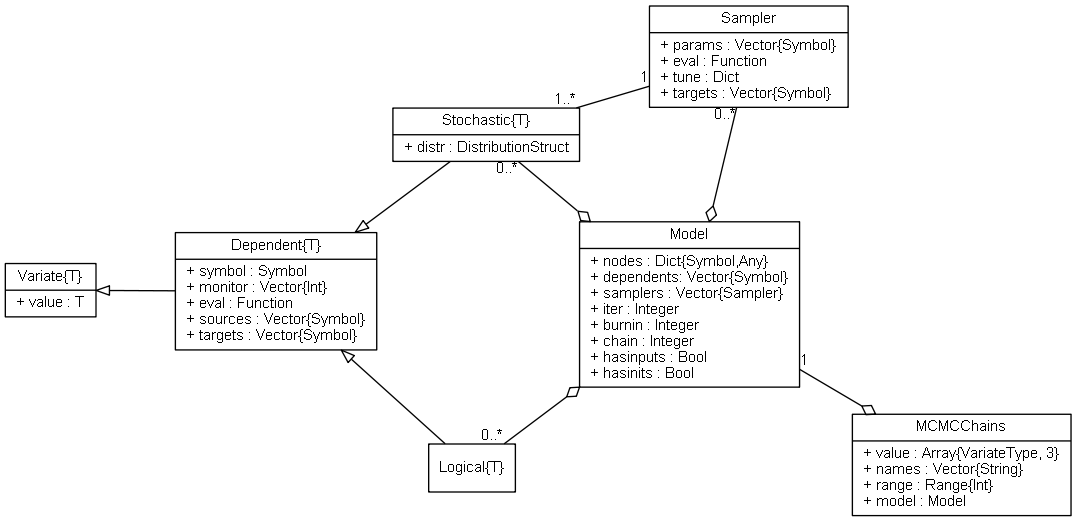
brian-j-smith/Mamba.jl keeps this Graphviz diagram as doc/images/mcmcUML.png. Above is the earlier version. Its source is kept beside it as doc/images/mcmcUML.dot.
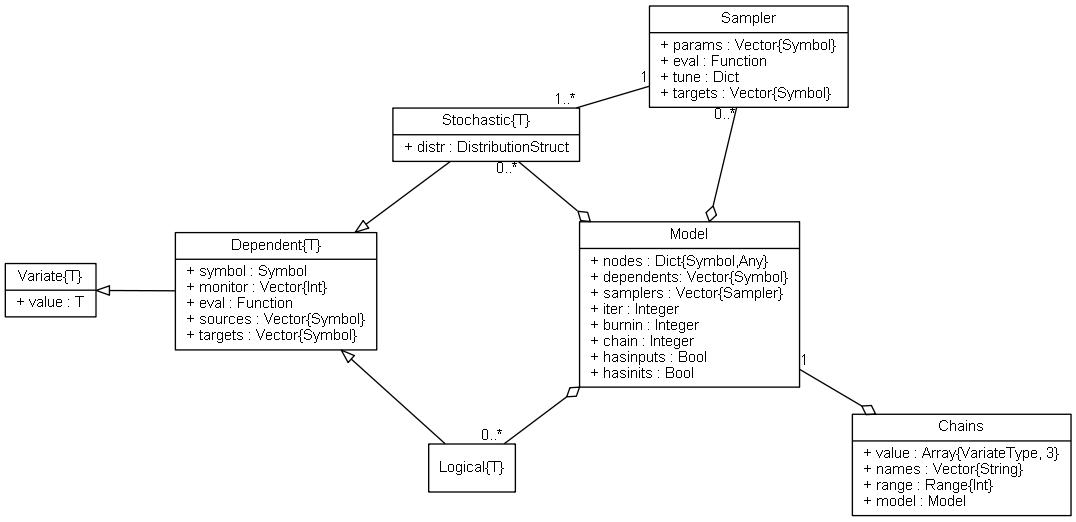
The same file after the commit.

What changed in the source:
```diff
@@ -20,7 +20,7 @@
 
 	Model [label = "{Model|+ nodes : Dict\{Symbol,Any\}\l+ dependents: Vector\{Symbol\}\l+ samplers : Vector\{Sampler\}\l+ iter : Integer\l+ burnin : Integer\l+ chain : Integer\l+ hasinputs : Bool\l+ hasinits : Bool\l}"]
 
-	MCMCChains [label = "{MCMCChains|+ value : Array\{VariateType, 3\}\l+ names : Vector\{String\}\l+ range : Range\{Int\}\l+ model : Model\l}"]
+	Chains [label = "{Chains|+ value : Array\{VariateType, 3\}\l+ names : Vector\{String\}\l+ range : Range\{Int\}\l+ model : Model\l}"]
 
 	Dependent -- Variate[len = 0.9, arrowhead = empty]
 	Logical -- Dependent[arrowhead = empty]
@@ -29,6 +29,6 @@
 	Model -- Sampler[arrowtail = odiamond, headlabel = "0..*"]
 	Model -- Logical[arrowtail = odiamond, headlabel = "0..*"]
 	Model -- Stochastic[arrowtail = odiamond, headlabel = "0..*"]
-	MCMCChains -- Model[len = 1.2, arrowtail = odiamond, headlabel = "1"]
+	Chains -- Model[len = 1.2, arrowtail = odiamond, headlabel = "1"]
 
 }
```
